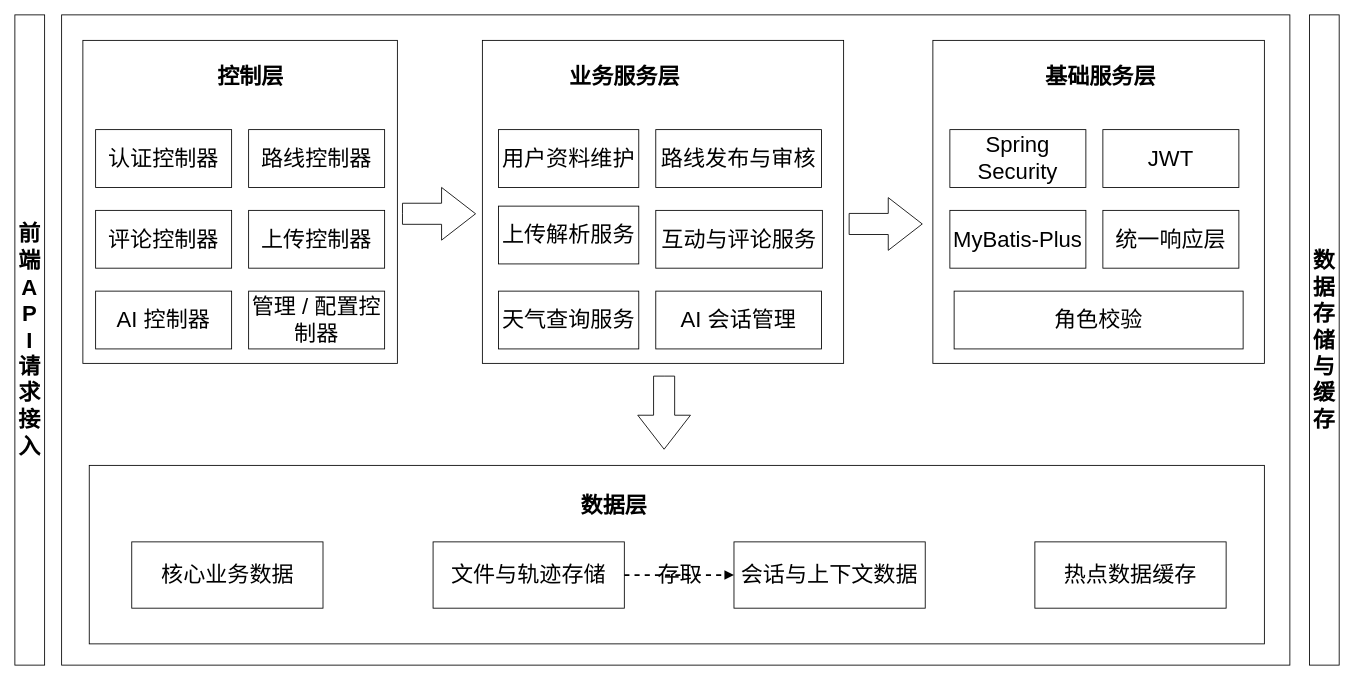
Above: DOCS/architecture-diagrams/sources/架构图/后端服务层架构图.drawio in 612cs/TrailQuest (draw.io), before the change. Source tidied: cells renumbered, new cells numbered last; positions are measured from the earlier drawing's top-left corner, leaving out a move shared by most shapes. Both pictures are drawn from the tidied source at 85%, with x=0, y=0 at pixel (14, 14).
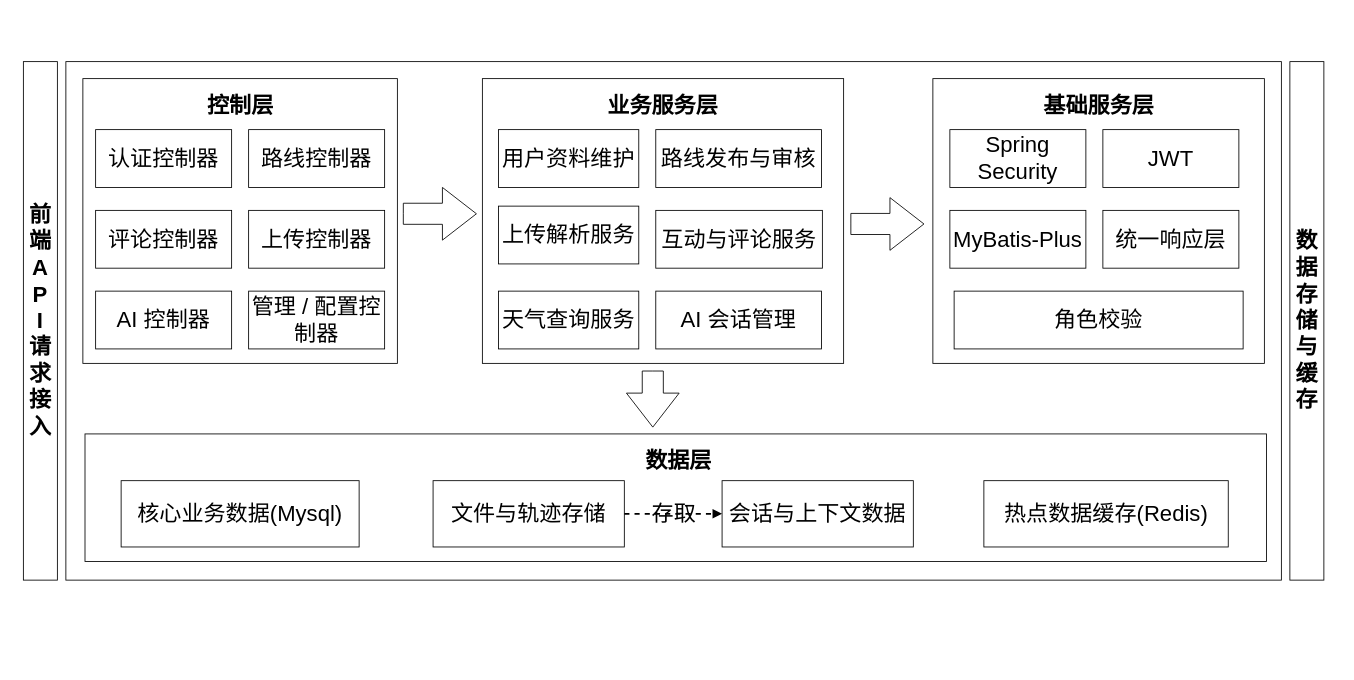
The same page after the edit.

Change to the diagram source:
```diff
@@
     <mxCell id="2" value="前端&lt;br&gt;A&lt;div&gt;P&lt;/div&gt;&lt;div&gt;I 请求接入&lt;/div&gt;" style="rounded=0;whiteSpace=wrap;html=1;strokeColor=#000000;fillColor=none;fontSize=26;fontStyle=1;align=center;verticalAlign=middle;" parent="1" vertex="1">
-      <mxGeometry width="35" height="765" as="geometry" />
+      <mxGeometry x="10" y="55" width="40" height="610" as="geometry" />
     </mxCell>
     <mxCell id="3" value="&lt;br&gt;数据存储与缓存&lt;div&gt;&lt;br/&gt;&lt;/div&gt;" style="rounded=0;whiteSpace=wrap;html=1;strokeColor=#000000;fillColor=none;fontSize=26;fontStyle=1;align=center;verticalAlign=middle;" parent="1" vertex="1">
-      <mxGeometry x="1523" width="35" height="765" as="geometry" />
+      <mxGeometry x="1500" y="55" width="40" height="610" as="geometry" />
     </mxCell>
     <mxCell id="4" style="rounded=0;whiteSpace=wrap;html=1;strokeColor=#000000;fillColor=none;fontSize=26;" parent="1" vertex="1">
-      <mxGeometry x="55" width="1445" height="765" as="geometry" />
+      <mxGeometry x="60" y="55" width="1430" height="610" as="geometry" />
     </mxCell>
     <mxCell id="5" style="rounded=0;whiteSpace=wrap;html=1;strokeColor=#000000;fillColor=none;fontSize=26;" parent="1" vertex="1">
-      <mxGeometry x="80" y="30" width="370" height="380" as="geometry" />
+      <mxGeometry x="80" y="75" width="370" height="335" as="geometry" />
     </mxCell>
     <mxCell id="6" value="控制层" style="rounded=0;whiteSpace=wrap;html=1;strokeColor=none;fillColor=none;fontSize=26;fontStyle=1;align=center;verticalAlign=middle;" parent="1" vertex="1">
-      <mxGeometry x="175" y="50" width="205" height="45" as="geometry" />
+      <mxGeometry x="162.5" y="84" width="205" height="45" as="geometry" />
     </mxCell>
@@
     <mxCell id="13" style="rounded=0;whiteSpace=wrap;html=1;strokeColor=#000000;fillColor=none;fontSize=26;" parent="1" vertex="1">
-      <mxGeometry x="550" y="30" width="425" height="380" as="geometry" />
+      <mxGeometry x="550" y="75" width="425" height="335" as="geometry" />
     </mxCell>
     <mxCell id="14" value="业务服务层" style="rounded=0;whiteSpace=wrap;html=1;strokeColor=none;fillColor=none;fontSize=26;fontStyle=1;align=center;verticalAlign=middle;" parent="1" vertex="1">
-      <mxGeometry x="600" y="50" width="235" height="45" as="geometry" />
+      <mxGeometry x="645" y="84" width="235" height="45" as="geometry" />
     </mxCell>
@@
     <mxCell id="21" style="rounded=0;whiteSpace=wrap;html=1;strokeColor=#000000;fillColor=none;fontSize=26;" parent="1" vertex="1">
-      <mxGeometry x="1080" y="30" width="390" height="380" as="geometry" />
+      <mxGeometry x="1080" y="75" width="390" height="335" as="geometry" />
     </mxCell>
     <mxCell id="22" value="基础服务层" style="rounded=0;whiteSpace=wrap;html=1;strokeColor=none;fillColor=none;fontSize=26;fontStyle=1;align=center;verticalAlign=middle;" parent="1" vertex="1">
-      <mxGeometry x="1175" y="50" width="205" height="45" as="geometry" />
+      <mxGeometry x="1172.5" y="84" width="205" height="45" as="geometry" />
     </mxCell>
@@
     <mxCell id="28" style="rounded=0;whiteSpace=wrap;html=1;strokeColor=#000000;fillColor=none;fontSize=26;" parent="1" vertex="1">
-      <mxGeometry x="87.5" y="530" width="1382.5" height="210" as="geometry" />
+      <mxGeometry x="82.5" y="493" width="1390" height="150" as="geometry" />
     </mxCell>
     <mxCell id="29" value="数据层" style="rounded=0;whiteSpace=wrap;html=1;strokeColor=none;fillColor=none;fontSize=26;fontStyle=1;align=center;verticalAlign=middle;" parent="1" vertex="1">
-      <mxGeometry x="490" y="555" width="430" height="45" as="geometry" />
+      <mxGeometry x="566.2" y="501" width="430" height="45" as="geometry" />
     </mxCell>
-    <mxCell id="30" value="核心业务数据" style="rounded=0;whiteSpace=wrap;html=1;strokeColor=#000000;fillColor=none;fontSize=26;align=center;verticalAlign=middle;" parent="1" vertex="1">
-      <mxGeometry x="137.5" y="620" width="225" height="78" as="geometry" />
+    <mxCell id="30" value="核心业务数据(Mysql)" style="rounded=0;whiteSpace=wrap;html=1;strokeColor=#000000;fillColor=none;fontSize=26;align=center;verticalAlign=middle;" parent="1" vertex="1">
+      <mxGeometry x="125" y="548" width="280" height="78" as="geometry" />
     </mxCell>
     <mxCell id="31" value="文件与轨迹存储" style="rounded=0;whiteSpace=wrap;html=1;strokeColor=#000000;fillColor=none;fontSize=26;align=center;verticalAlign=middle;" parent="1" vertex="1">
-      <mxGeometry x="492" y="620" width="225" height="78" as="geometry" />
+      <mxGeometry x="492" y="548" width="225" height="78" as="geometry" />
     </mxCell>
     <mxCell id="32" value="会话与上下文数据" style="rounded=0;whiteSpace=wrap;html=1;strokeColor=#000000;fillColor=none;fontSize=26;align=center;verticalAlign=middle;" parent="1" vertex="1">
-      <mxGeometry x="846" y="620" width="225" height="78" as="geometry" />
+      <mxGeometry x="832" y="548" width="225" height="78" as="geometry" />
     </mxCell>
-    <mxCell id="33" value="热点数据缓存" style="rounded=0;whiteSpace=wrap;html=1;strokeColor=#000000;fillColor=none;fontSize=26;align=center;verticalAlign=middle;" parent="1" vertex="1">
-      <mxGeometry x="1200" y="620" width="225" height="78" as="geometry" />
+    <mxCell id="33" value="热点数据缓存(Redis)" style="rounded=0;whiteSpace=wrap;html=1;strokeColor=#000000;fillColor=none;fontSize=26;align=center;verticalAlign=middle;" parent="1" vertex="1">
+      <mxGeometry x="1140" y="548" width="287.5" height="78" as="geometry" />
     </mxCell>
@@
     <mxCell id="35" style="html=1;shadow=0;dashed=0;align=center;verticalAlign=middle;shape=mxgraph.arrows2.arrow;dy=0.6;dx=40;notch=0;fillColor=none;" parent="1" vertex="1">
-      <mxGeometry x="456" y="203" width="86" height="62" as="geometry" />
+      <mxGeometry x="457" y="203" width="86" height="62" as="geometry" />
     </mxCell>
     <mxCell id="36" style="html=1;shadow=0;dashed=0;align=center;verticalAlign=middle;shape=mxgraph.arrows2.arrow;dy=0.6;dx=40;notch=0;fillColor=none;" parent="1" vertex="1">
-      <mxGeometry x="981.5" y="215" width="86" height="62" as="geometry" />
+      <mxGeometry x="983.5" y="215" width="86" height="62" as="geometry" />
     </mxCell>
     <mxCell id="37" style="html=1;shadow=0;dashed=0;align=center;verticalAlign=middle;shape=mxgraph.arrows2.arrow;dy=0.6;dx=40;notch=0;direction=south;fillColor=none;" parent="1" vertex="1">
-      <mxGeometry x="732.8" y="425" width="62" height="86" as="geometry" />
+      <mxGeometry x="719.5" y="419" width="62" height="66" as="geometry" />
     </mxCell>
```
